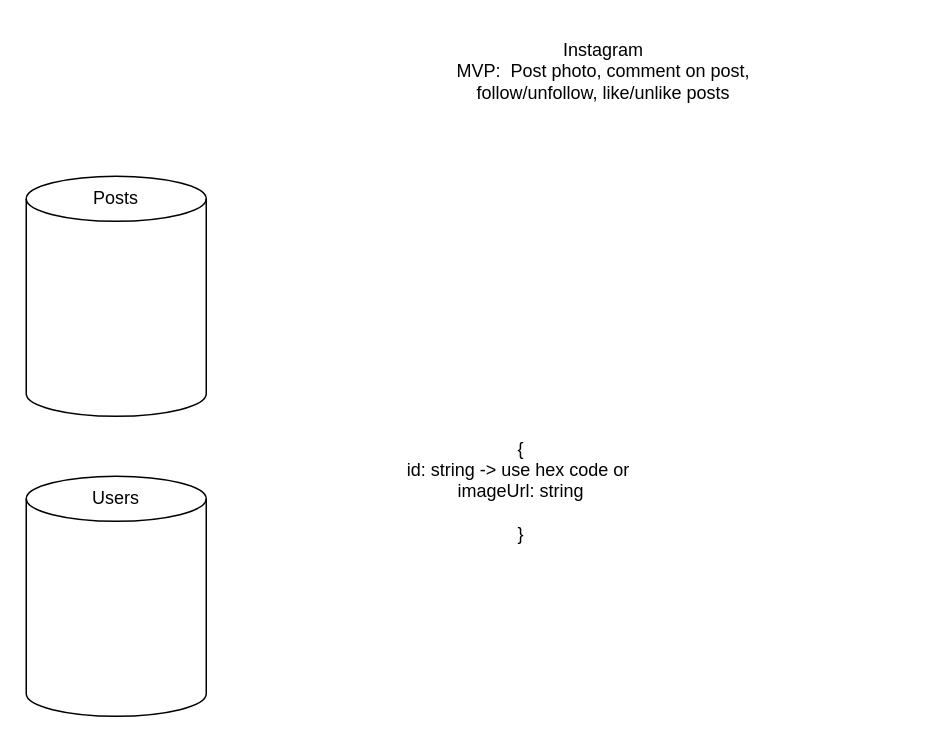
Earlier version of the draw.io diagram Untitled Diagram.drawio (jpdeburgo/diagrams). Source tidied: cells renumbered, new cells numbered last; positions are measured from the earlier drawing's top-left corner, leaving out a move shared by most shapes. Both pictures are drawn from the tidied source at 150%, with x=0, y=0 at pixel (26, 26).
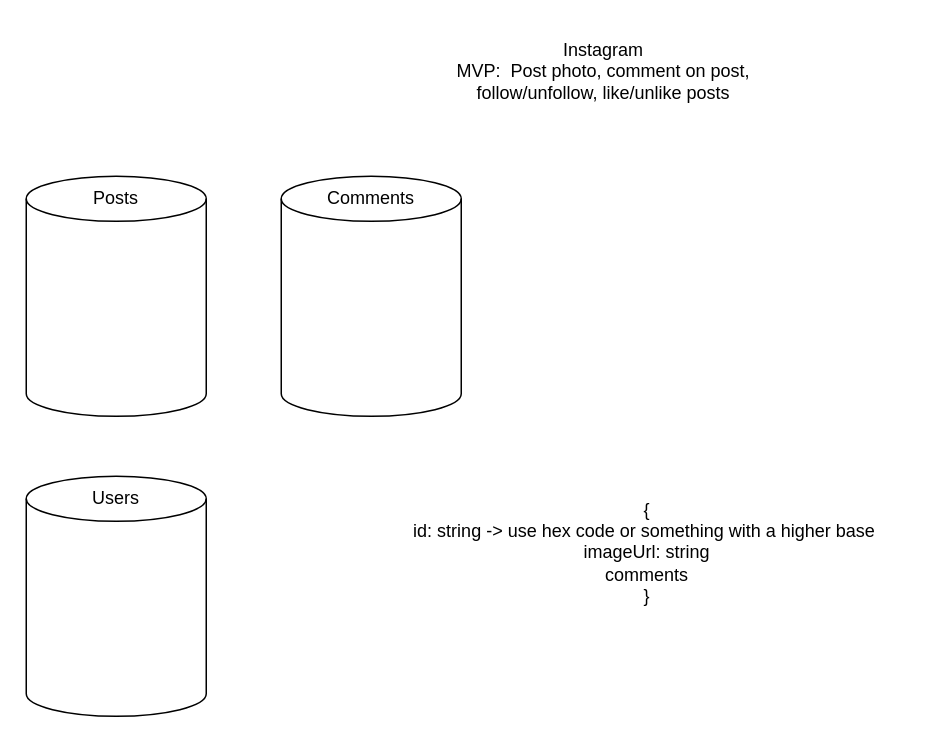
The same diagram, later.

Change to the diagram source:
```diff
@@
 <mxGraphModel>
   <root>
     <mxCell id="0" />
     <mxCell id="1" parent="0" />
     <mxCell id="2" value="Instagram&lt;br&gt;MVP:&amp;nbsp; Post photo, comment on post, follow/unfollow, like/unlike posts" style="text;strokeColor=none;align=center;fillColor=none;html=1;verticalAlign=middle;whiteSpace=wrap;rounded=0;" parent="1" vertex="1">
       <mxGeometry x="250" width="270" height="60" as="geometry" />
     </mxCell>
     <mxCell id="3" style="shape=cylinder3;whiteSpace=wrap;html=1;boundedLbl=1;backgroundOutline=1;size=15;" parent="1" vertex="1">
       <mxGeometry y="100" width="120" height="160" as="geometry" />
     </mxCell>
     <mxCell id="4" value="Posts" style="text;strokeColor=none;align=center;fillColor=none;html=1;verticalAlign=middle;whiteSpace=wrap;rounded=0;" parent="1" vertex="1">
       <mxGeometry x="25" y="100" width="70" height="30" as="geometry" />
     </mxCell>
     <mxCell id="5" style="shape=cylinder3;whiteSpace=wrap;html=1;boundedLbl=1;backgroundOutline=1;size=15;" parent="1" vertex="1">
       <mxGeometry y="300" width="120" height="160" as="geometry" />
     </mxCell>
     <mxCell id="6" value="Users" style="text;strokeColor=none;align=center;fillColor=none;html=1;verticalAlign=middle;whiteSpace=wrap;rounded=0;" parent="1" vertex="1">
       <mxGeometry x="25" y="300" width="70" height="30" as="geometry" />
     </mxCell>
-    <mxCell id="7" value="{&lt;br&gt;id: string -&amp;gt; use hex code or&amp;nbsp;&lt;br&gt;imageUrl: string&lt;br&gt;&lt;br&gt;}" style="text;strokeColor=none;align=center;fillColor=none;html=1;verticalAlign=middle;whiteSpace=wrap;rounded=0;" parent="1" vertex="1">
-      <mxGeometry x="240" y="270" width="180" height="80" as="geometry" />
+    <mxCell id="7" value="{&lt;br&gt;id: string -&amp;gt; use hex code or something with a higher base&amp;nbsp;&lt;br&gt;imageUrl: string&lt;br&gt;comments&lt;br&gt;}" style="text;strokeColor=none;align=center;fillColor=none;html=1;verticalAlign=middle;whiteSpace=wrap;rounded=0;" parent="1" vertex="1">
+      <mxGeometry x="239" y="271" width="350" height="160" as="geometry" />
     </mxCell>
+    <mxCell id="8" style="shape=cylinder3;whiteSpace=wrap;html=1;boundedLbl=1;backgroundOutline=1;size=15;" parent="1" vertex="1">
+      <mxGeometry x="170" y="100" width="120" height="160" as="geometry" />
+    </mxCell>
+    <mxCell id="9" value="Comments" style="text;strokeColor=none;align=center;fillColor=none;html=1;verticalAlign=middle;whiteSpace=wrap;rounded=0;" parent="1" vertex="1">
+      <mxGeometry x="195" y="100" width="70" height="30" as="geometry" />
+    </mxCell>
   </root>
 </mxGraphModel>
```
